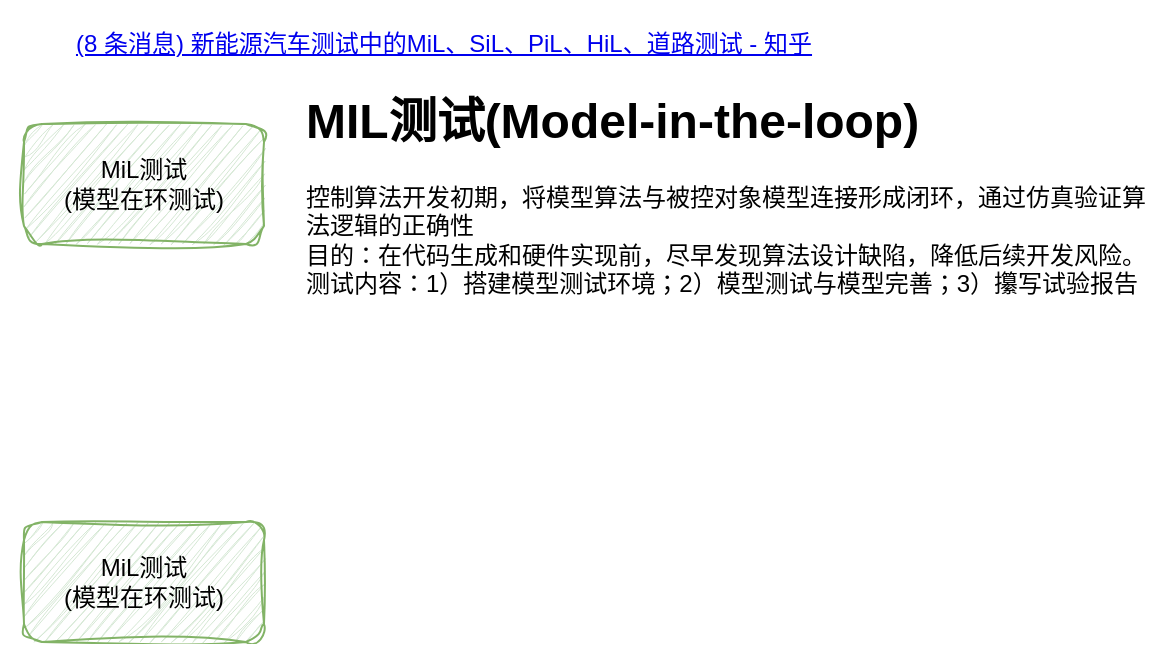
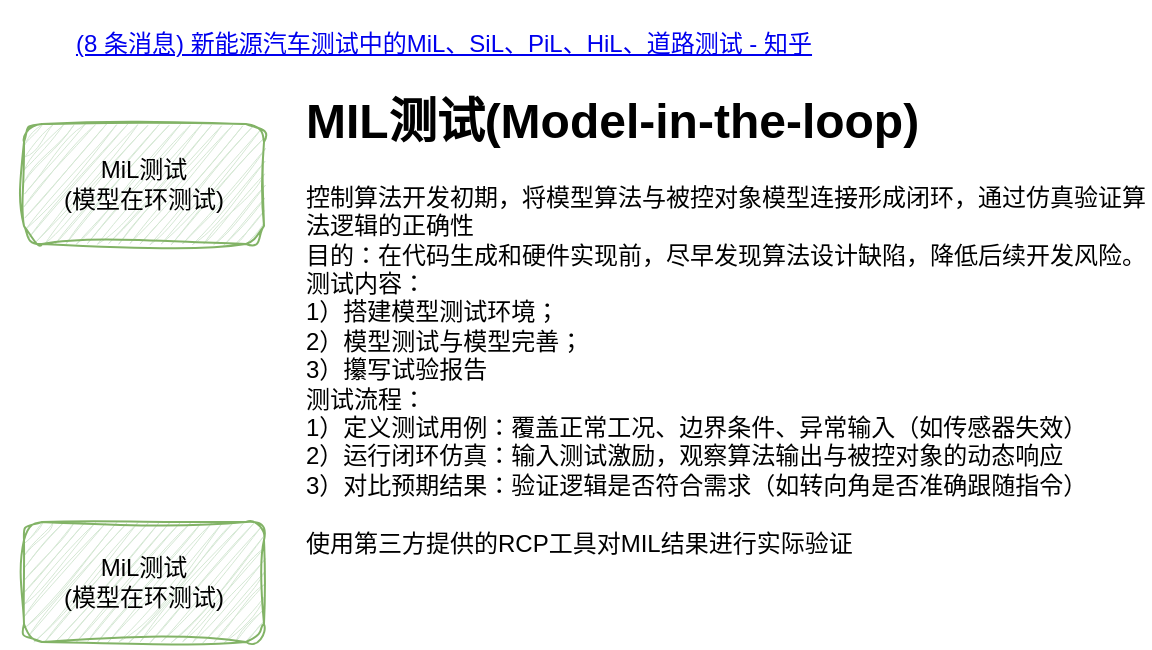
<mxfile host="app.diagrams.net">
  <diagram name="第 1 页" id="SPJzrtFJ2h2y-7jRp7m4">
    <mxGraphModel dx="754" dy="1139" grid="0" gridSize="10" guides="1" tooltips="1" connect="1" arrows="1" fold="1" page="1" pageScale="1" pageWidth="827" pageHeight="1169" math="0" shadow="0">
      <root>
        <mxCell id="0" />
        <mxCell id="1" parent="0" />
        <mxCell id="mNEA2bSVfQqrhph_DYo6-2" parent="1" style="rounded=1;whiteSpace=wrap;html=1;sketch=1;curveFitting=1;jiggle=2;fillColor=#d5e8d4;strokeColor=#82b366;" value="MiL测试&lt;div&gt;(模型在环测试)&lt;/div&gt;" vertex="1">
          <mxGeometry height="60" width="120" x="41" y="240" as="geometry" />
        </mxCell>
        <mxCell id="mNEA2bSVfQqrhph_DYo6-3" parent="1" style="rounded=1;whiteSpace=wrap;html=1;sketch=1;curveFitting=1;jiggle=2;fillColor=#d5e8d4;strokeColor=#82b366;" value="MiL测试&lt;div&gt;(模型在环测试)&lt;/div&gt;" vertex="1">
          <mxGeometry height="60" width="120" x="41" y="439" as="geometry" />
        </mxCell>
        <UserObject label="&#xa;&lt;a href=&quot;https://zhuanlan.zhihu.com/p/1903753229029839860&quot;&gt;(8 条消息) 新能源汽车测试中的MiL、SiL、PiL、HiL、道路测试 - 知乎&lt;/a&gt;&#xa;&#xa;" link="&#xa;&lt;a href=&quot;https://zhuanlan.zhihu.com/p/1903753229029839860&quot;&gt;(8 条消息) 新能源汽车测试中的MiL、SiL、PiL、HiL、道路测试 - 知乎&lt;/a&gt;&#xa;&#xa;" id="-b37v0VHe5EqFnSivpbF-1">
          <mxCell parent="1" style="text;html=1;whiteSpace=wrap;strokeColor=none;fillColor=none;align=center;verticalAlign=middle;rounded=0;fontFamily=Helvetica;fontSize=12;fontColor=default;" vertex="1">
            <mxGeometry height="6" width="444" x="29" y="204" as="geometry" />
          </mxCell>
        </UserObject>
-         <mxCell id="-b37v0VHe5EqFnSivpbF-7" parent="1" style="text;html=1;whiteSpace=wrap;overflow=hidden;rounded=0;fontFamily=Helvetica;fontSize=12;fontColor=default;" value="&lt;h1 style=&quot;margin-top: 0px;&quot;&gt;MIL测试(Model-in-the-loop)&lt;br&gt;&lt;/h1&gt;&lt;div&gt;控制算法开发初期，将模型算法与被控对象模型连接形成闭环，通过仿真验证算法逻辑的正确性&lt;/div&gt;&lt;div&gt;目的：在代码生成和硬件实现前，尽早发现算法设计缺陷，降低后续开发风险。&lt;/div&gt;&lt;div&gt;测试内容：1）搭建模型测试环境；2）模型测试与模型完善；3）攥写试验报告&lt;/div&gt;&lt;div&gt;测试流程：&lt;/div&gt;&lt;div&gt;1）定义测试用例：覆盖正常工况、边界条件、异常输入（如传感器失效）&lt;/div&gt;&lt;div&gt;2）运行闭环仿真：输入测试激励，观察算法输出与被控对象的动态响应&lt;br&gt;&lt;/div&gt;&lt;div&gt;3）对比预期结果：验证逻辑是否符合需求（如转向角是否准确跟随指令）&lt;br&gt;&lt;/div&gt;&lt;div&gt;&lt;br&gt;&lt;/div&gt;" vertex="1">
-           <mxGeometry height="105" width="424" x="180" y="217.5" as="geometry" />
+         <mxCell id="-b37v0VHe5EqFnSivpbF-7" parent="1" style="text;html=1;whiteSpace=wrap;overflow=hidden;rounded=0;fontFamily=Helvetica;fontSize=12;fontColor=default;" value="&lt;h1 style=&quot;margin-top: 0px;&quot;&gt;MIL测试(Model-in-the-loop)&lt;br&gt;&lt;/h1&gt;&lt;div&gt;控制算法开发初期，将模型算法与被控对象模型连接形成闭环，通过仿真验证算法逻辑的正确性&lt;/div&gt;&lt;div&gt;目的：在代码生成和硬件实现前，尽早发现算法设计缺陷，降低后续开发风险。&lt;/div&gt;&lt;div&gt;测试内容：&lt;/div&gt;&lt;div&gt;1）搭建模型测试环境；&lt;/div&gt;&lt;div&gt;2）模型测试与模型完善；&lt;/div&gt;&lt;div&gt;3）攥写试验报告&lt;/div&gt;&lt;div&gt;测试流程：&lt;/div&gt;&lt;div&gt;1）定义测试用例：覆盖正常工况、边界条件、异常输入（如传感器失效）&lt;/div&gt;&lt;div&gt;2）运行闭环仿真：输入测试激励，观察算法输出与被控对象的动态响应&lt;br&gt;&lt;/div&gt;&lt;div&gt;3）对比预期结果：验证逻辑是否符合需求（如转向角是否准确跟随指令）&lt;br&gt;&lt;/div&gt;&lt;div&gt;&lt;br&gt;&lt;/div&gt;&lt;div&gt;使用第三方提供的RCP工具对MIL结果进行实际验证&lt;/div&gt;" vertex="1">
+           <mxGeometry height="281.5" width="424" x="180" y="217.5" as="geometry" />
        </mxCell>
      </root>
    </mxGraphModel>
  </diagram>
</mxfile>
